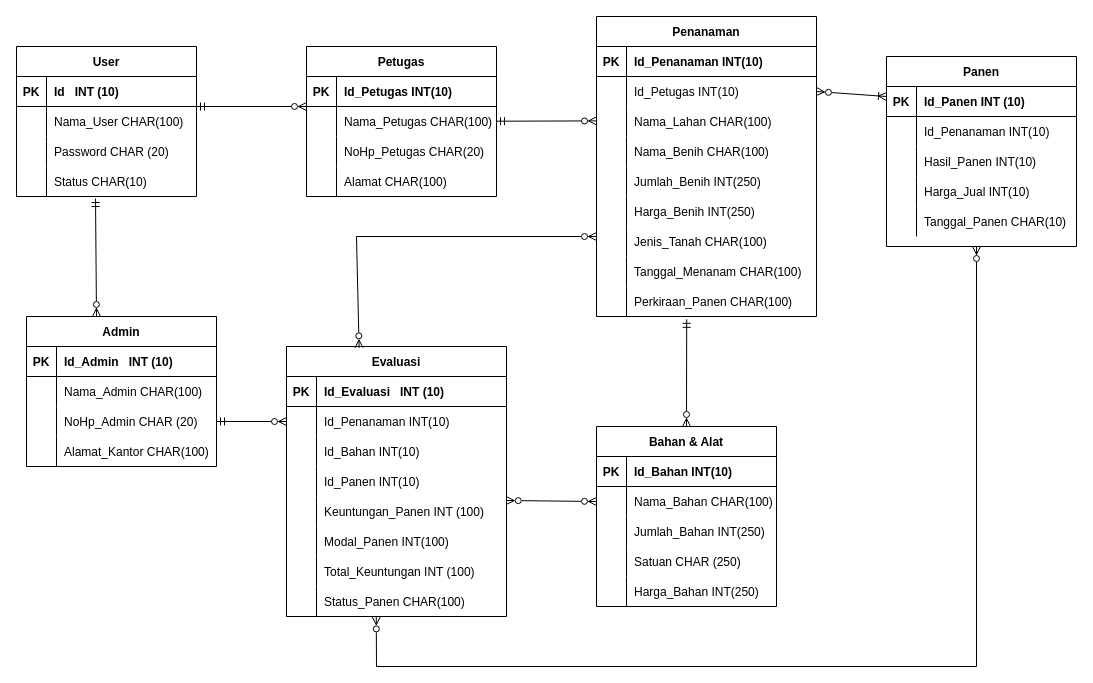
ramabhagadhara/IF214002 keeps this draw.io diagram as pertemuan 3/Pertemuan 3.drawio. Above is the earlier version. Source tidied: cells renumbered, new cells numbered last; positions are measured from the earlier drawing's top-left corner, leaving out a move shared by most shapes. Both pictures are drawn from the tidied source at 100%, with x=0, y=0 at pixel (16, 16).
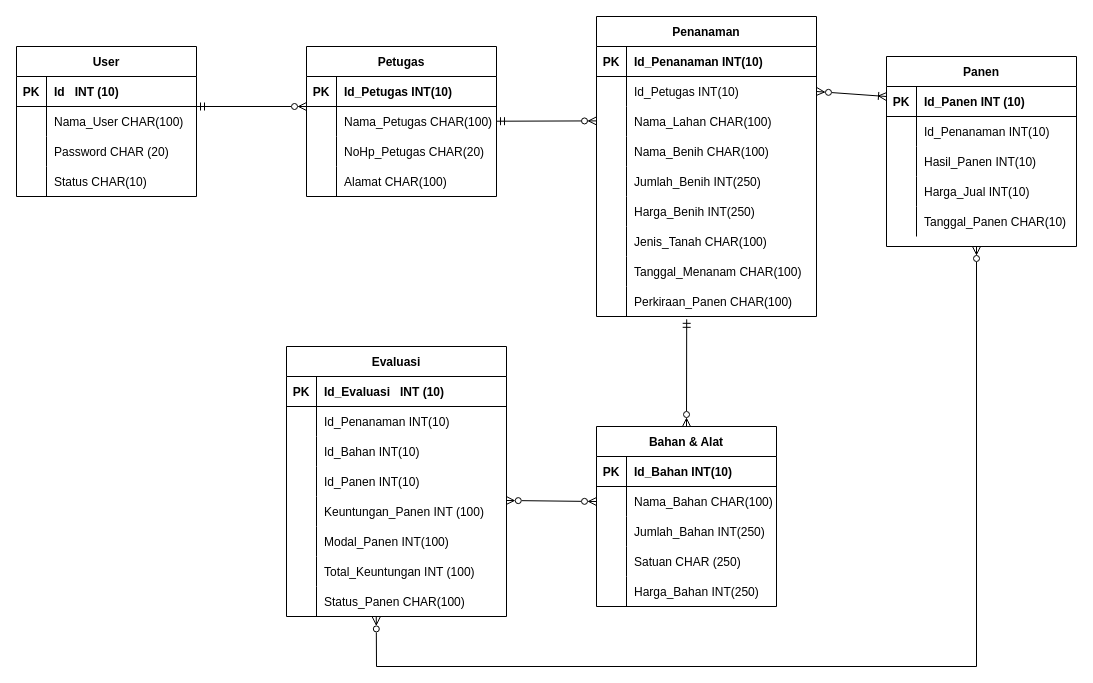
After the change.

Unchanged cells that the change refers to:
```xml
<mxCell id="69" style="shape=tableRow;horizontal=0;startSize=0;swimlaneHead=0;swimlaneBody=0;fillColor=none;points=[[0,0.5],[1,0.5]];portConstraint=eastwest;top=0;left=0;right=0;bottom=0;" parent="59" vertex="1">
  <mxGeometry y="120" width="180" height="30" as="geometry" />
</mxCell>
<mxCell id="105" value="Evaluasi" style="shape=table;startSize=30;childLayout=tableLayout;rowLines=0;fontStyle=1;align=center;" parent="1" vertex="1">
  <mxGeometry x="270" y="330" width="220" height="270" as="geometry" />
</mxCell>
<mxCell id="109" style="shape=tableRow;horizontal=0;startSize=0;swimlaneHead=0;swimlaneBody=0;fillColor=none;points=[[0,0.5],[1,0.5]];portConstraint=eastwest;top=0;left=0;right=0;bottom=0;" parent="105" vertex="1">
  <mxGeometry y="60" width="220" height="30" as="geometry" />
</mxCell>
```

What changed in the source:
```diff
@@
-    <mxCell id="92" value="Admin" style="shape=table;startSize=30;childLayout=tableLayout;rowLines=0;fontStyle=1;align=center;" parent="1" vertex="1">
-      <mxGeometry x="10" y="300" width="190" height="150" as="geometry" />
-    </mxCell>
-    <mxCell id="93" style="shape=tableRow;horizontal=0;startSize=0;swimlaneHead=0;swimlaneBody=0;fillColor=none;top=0;left=0;right=0;bottom=1;" parent="92" vertex="1">
-      <mxGeometry y="30" width="190" height="30" as="geometry" />
-    </mxCell>
-    <mxCell id="94" value="PK" style="shape=partialRectangle;fillColor=none;top=0;left=0;bottom=0;right=0;fontStyle=1;overflow=hidden;" parent="93" vertex="1">
-      <mxGeometry width="30" height="30" as="geometry" />
-    </mxCell>
-    <mxCell id="95" value="Id_Admin   INT (10)" style="shape=partialRectangle;fillColor=none;top=0;left=0;bottom=0;right=0;align=left;spacingLeft=6;fontStyle=1;overflow=hidden;" parent="93" vertex="1">
-      <mxGeometry x="30" width="160" height="30" as="geometry" />
-    </mxCell>
-    <mxCell id="96" style="shape=tableRow;horizontal=0;startSize=0;swimlaneHead=0;swimlaneBody=0;fillColor=none;top=0;left=0;right=0;bottom=0;" parent="92" vertex="1">
-      <mxGeometry y="60" width="190" height="30" as="geometry" />
-    </mxCell>
-    <mxCell id="97" style="shape=partialRectangle;fillColor=none;top=0;left=0;bottom=0;right=0;overflow=hidden;" parent="96" vertex="1">
-      <mxGeometry width="30" height="30" as="geometry" />
-    </mxCell>
-    <mxCell id="98" value="Nama_Admin CHAR(100)" style="shape=partialRectangle;fillColor=none;top=0;left=0;bottom=0;right=0;align=left;spacingLeft=6;overflow=hidden;" parent="96" vertex="1">
-      <mxGeometry x="30" width="160" height="30" as="geometry" />
-    </mxCell>
-    <mxCell id="99" style="shape=tableRow;horizontal=0;startSize=0;swimlaneHead=0;swimlaneBody=0;fillColor=none;points=[[0,0.5],[1,0.5]];portConstraint=eastwest;top=0;left=0;right=0;bottom=0;" parent="92" vertex="1">
-      <mxGeometry y="90" width="190" height="30" as="geometry" />
-    </mxCell>
-    <mxCell id="100" style="shape=partialRectangle;fillColor=none;top=0;left=0;bottom=0;right=0;overflow=hidden;" parent="99" vertex="1">
-      <mxGeometry width="30" height="30" as="geometry" />
-    </mxCell>
-    <mxCell id="101" value="NoHp_Admin CHAR (20)" style="shape=partialRectangle;fillColor=none;top=0;left=0;bottom=0;right=0;align=left;spacingLeft=6;overflow=hidden;" parent="99" vertex="1">
-      <mxGeometry x="30" width="160" height="30" as="geometry" />
-    </mxCell>
-    <mxCell id="102" style="shape=tableRow;horizontal=0;startSize=0;swimlaneHead=0;swimlaneBody=0;fillColor=none;top=0;left=0;right=0;bottom=0;" parent="92" vertex="1">
-      <mxGeometry y="120" width="190" height="30" as="geometry" />
-    </mxCell>
-    <mxCell id="103" style="shape=partialRectangle;fillColor=none;top=0;left=0;bottom=0;right=0;overflow=hidden;" parent="102" vertex="1">
-      <mxGeometry width="30" height="30" as="geometry" />
-    </mxCell>
-    <mxCell id="104" value="Alamat_Kantor CHAR(100)" style="shape=partialRectangle;fillColor=none;top=0;left=0;bottom=0;right=0;align=left;spacingLeft=6;overflow=hidden;" parent="102" vertex="1">
-      <mxGeometry x="30" width="160" height="30" as="geometry" />
-    </mxCell>
@@
-    <mxCell id="130" style="endArrow=ERzeroToMany;startArrow=none;html=1;rounded=0;startFill=0;endFill=0;" parent="1" edge="1">
-      <mxGeometry relative="1" as="geometry">
-        <mxPoint x="340" y="220" as="sourcePoint" />
-        <mxPoint x="580" y="220" as="targetPoint" />
-      </mxGeometry>
-    </mxCell>
-    <mxCell id="131" style="endArrow=none;html=1;rounded=0;endFill=0;startArrow=ERzeroToMany;startFill=0;exitX=0.33;exitY=0.005;exitDx=0;exitDy=0;exitPerimeter=0;" parent="1" edge="1" source="105">
-      <mxGeometry relative="1" as="geometry">
-        <mxPoint x="340" y="220" as="targetPoint" />
-      </mxGeometry>
-    </mxCell>
@@
-    <mxCell id="136" style="endArrow=ERzeroToMany;html=1;rounded=0;exitX=1;exitY=0.5;exitDx=0;exitDy=0;entryX=0;entryY=0.5;entryDx=0;entryDy=0;startArrow=ERmandOne;startFill=0;endFill=0;" parent="1" edge="1" source="99" target="109">
-      <mxGeometry relative="1" as="geometry" />
-    </mxCell>
-    <mxCell id="137" style="endArrow=ERzeroToMany;startArrow=ERmandOne;html=1;rounded=0;startFill=0;endFill=0;exitX=0.439;exitY=1.067;exitDx=0;exitDy=0;exitPerimeter=0;" parent="1" edge="1" source="69">
-      <mxGeometry relative="1" as="geometry">
-        <mxPoint x="80" y="300" as="targetPoint" />
-      </mxGeometry>
-    </mxCell>
```
